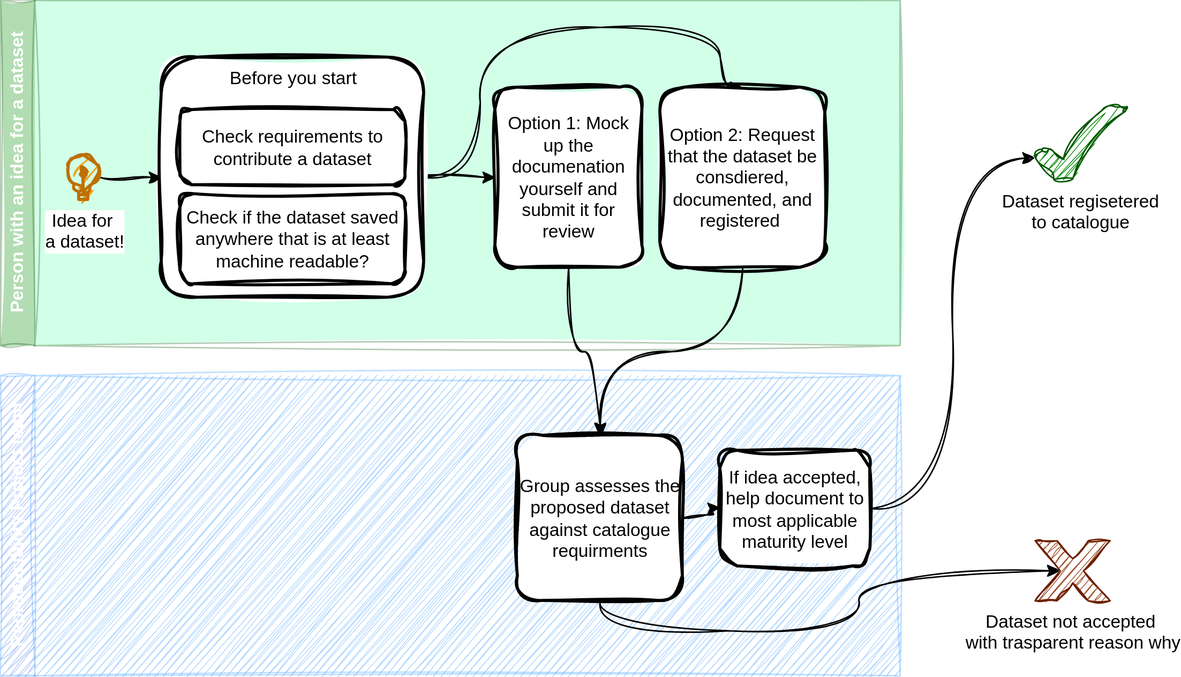
Earlier version of the draw.io export docs/images/Registering-dataset-process-flow.drawio.svg (sergegoussev/reproducibility-project). Source tidied: cells renumbered, new cells last; positions are measured from the earlier drawing's top-left corner, leaving out a move shared by most shapes.
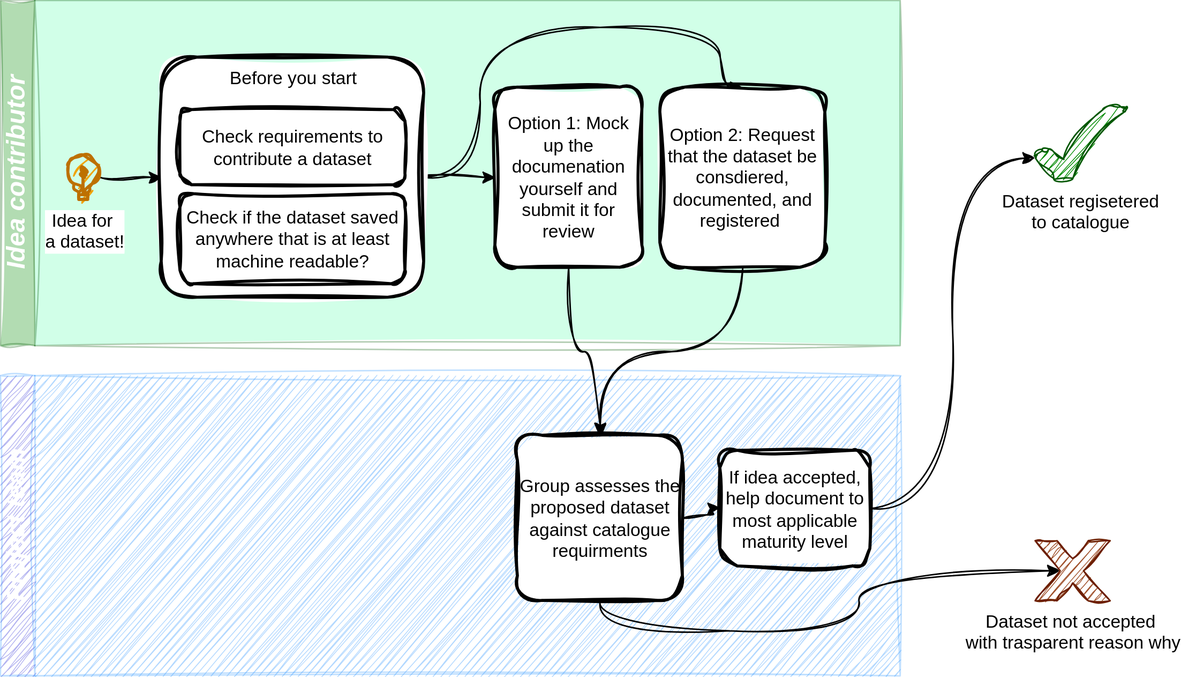
After the commit.

Commit message:
fix up diagram for readability

Diff of the diagram source:
```diff
@@ -2,7 +2,7 @@
   <root>
     <mxCell id="0" />
     <mxCell id="1" parent="0" />
-    <mxCell id="2" value="Person with an idea for a dataset" style="swimlane;horizontal=0;whiteSpace=wrap;html=1;fillColor=#008a00;strokeColor=#005700;fillStyle=solid;fontColor=#ffffff;swimlaneFillColor=#66FFB3;gradientColor=none;opacity=30;sketch=1;curveFitting=1;jiggle=2;glass=0;" parent="1" vertex="1">
+    <mxCell id="2" value="&lt;font style=&quot;font-size: 17px;&quot;&gt;&lt;i style=&quot;&quot;&gt;Idea contributor&lt;/i&gt;&lt;/font&gt;" style="swimlane;horizontal=0;whiteSpace=wrap;html=1;fillColor=#008a00;strokeColor=#005700;fillStyle=solid;fontColor=#ffffff;swimlaneFillColor=#66FFB3;gradientColor=none;opacity=30;sketch=1;curveFitting=1;jiggle=2;glass=0;startSize=23;" parent="1" vertex="1">
       <mxGeometry width="600" height="230" as="geometry" />
     </mxCell>
     <mxCell id="3" style="edgeStyle=orthogonalEdgeStyle;rounded=0;jettySize=auto;html=1;entryX=0;entryY=0.5;entryDx=0;entryDy=0;curved=1;sketch=1;curveFitting=1;jiggle=2;" parent="2" edge="1" source="5" target="10">
@@ -29,7 +29,7 @@
     <mxCell id="8" style="edgeStyle=orthogonalEdgeStyle;rounded=0;jettySize=auto;html=1;entryX=0;entryY=0.5;entryDx=0;entryDy=0;curved=1;sketch=1;curveFitting=1;jiggle=2;" parent="2" edge="1" source="9" target="5">
       <mxGeometry relative="1" as="geometry" />
     </mxCell>
-    <mxCell id="9" value="Idea for&amp;nbsp;&lt;div&gt;a dataset!&lt;/div&gt;" style="html=1;verticalLabelPosition=bottom;align=center;labelBackgroundColor=#ffffff;verticalAlign=top;strokeWidth=2;strokeColor=#BD7000;shadow=0;dashed=0;shape=mxgraph.ios7.icons.lightbulb;fillColor=#f0a30a;fontColor=#000000;sketch=1;curveFitting=1;jiggle=2;" parent="2" vertex="1">
+    <mxCell id="9" value="&lt;span style=&quot;background-color: rgb(255, 255, 255);&quot;&gt;Idea for&amp;nbsp;&lt;/span&gt;&lt;div&gt;&lt;span style=&quot;background-color: rgb(255, 255, 255);&quot;&gt;a dataset!&lt;/span&gt;&lt;/div&gt;" style="html=1;verticalLabelPosition=bottom;align=center;labelBackgroundColor=#ffffff;verticalAlign=top;strokeWidth=2;strokeColor=#BD7000;shadow=0;dashed=0;shape=mxgraph.ios7.icons.lightbulb;fillColor=#f0a30a;fontColor=#000000;sketch=1;curveFitting=1;jiggle=2;" parent="2" vertex="1">
       <mxGeometry x="44.1" y="103.2" width="22.8" height="29.7" as="geometry" />
     </mxCell>
     <mxCell id="10" value="Option 1: Mock up the documenation yourself and submit it for review" style="rounded=1;whiteSpace=wrap;html=1;sketch=1;curveFitting=1;jiggle=2;strokeWidth=2;" parent="2" vertex="1">
@@ -38,7 +38,7 @@
     <mxCell id="11" value="Option 2: Request that the dataset be consdiered, documented, and registered&lt;span style=&quot;background-color: transparent; color: light-dark(rgb(0, 0, 0), rgb(255, 255, 255));&quot;&gt;&amp;nbsp;&lt;/span&gt;" style="rounded=1;whiteSpace=wrap;html=1;sketch=1;curveFitting=1;jiggle=2;strokeWidth=2;" parent="2" vertex="1">
       <mxGeometry x="440" y="58" width="110" height="120" as="geometry" />
     </mxCell>
-    <mxCell id="12" value="Reproducibility Project team" style="swimlane;horizontal=0;whiteSpace=wrap;html=1;fillColor=#0050ef;fontColor=#ffffff;strokeColor=#3399FF;sketch=1;curveFitting=1;jiggle=2;swimlaneFillColor=#007FFF;opacity=30;" parent="1" vertex="1">
+    <mxCell id="12" value="&lt;font style=&quot;font-size: 17px;&quot;&gt;&lt;i style=&quot;&quot;&gt;Project team&lt;/i&gt;&lt;/font&gt;" style="swimlane;horizontal=0;whiteSpace=wrap;html=1;fillColor=#0000CC;fontColor=#ffffff;strokeColor=#3399FF;sketch=1;curveFitting=1;jiggle=2;swimlaneFillColor=#007FFF;opacity=30;" parent="1" vertex="1">
       <mxGeometry y="250" width="600" height="200" as="geometry" />
     </mxCell>
     <mxCell id="13" style="edgeStyle=orthogonalEdgeStyle;rounded=0;jettySize=auto;html=1;entryX=0;entryY=0.5;entryDx=0;entryDy=0;curved=1;sketch=1;curveFitting=1;jiggle=2;" parent="12" edge="1" source="14" target="15">
```
